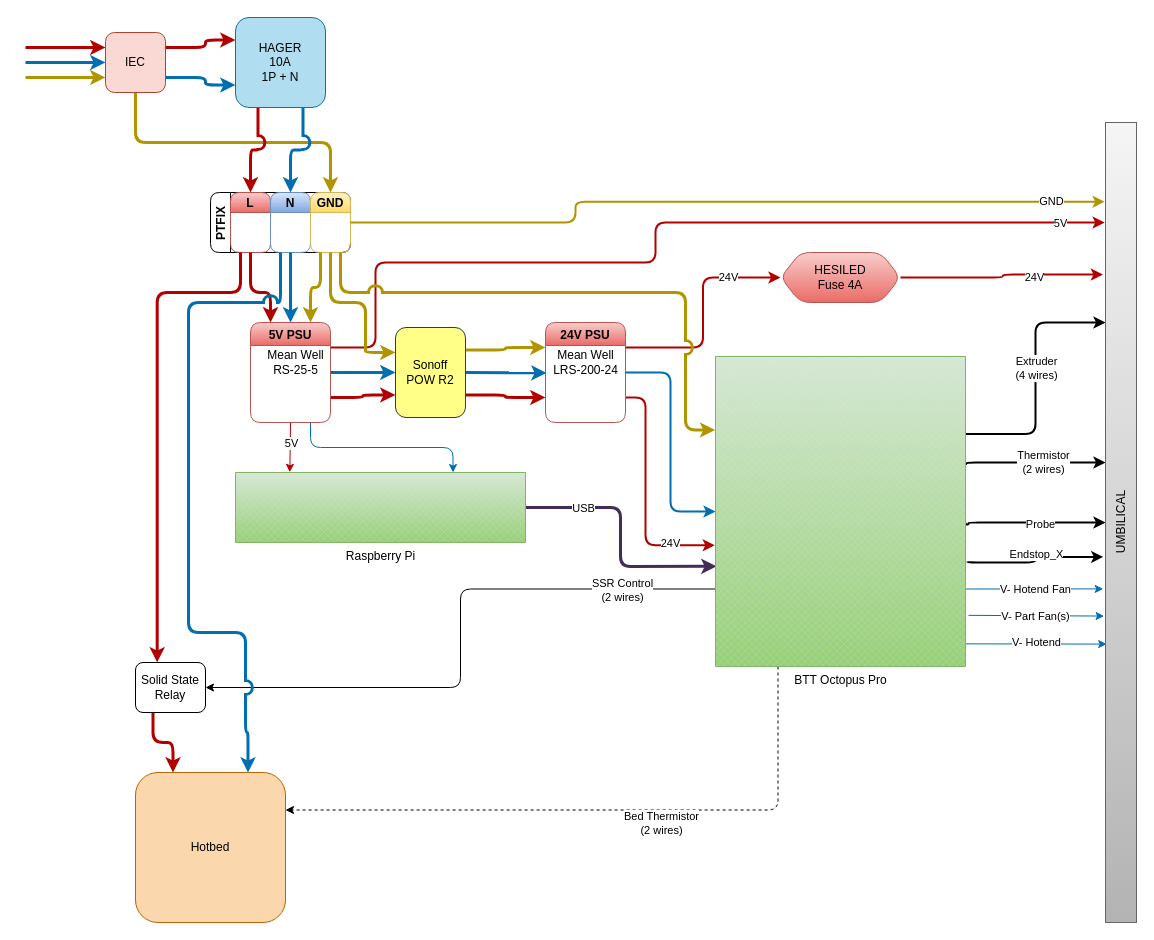
The draw.io diagram wiring/VCore3_wiring.drawio in Contrasens/VCore3-400-OpenFront, before the edit. Source tidied: cells renumbered, new cells numbered last; positions are measured from the earlier drawing's top-left corner, leaving out a move shared by most shapes. Both pictures are drawn from the tidied source at 100%, with x=0, y=0 at pixel (25, 17).
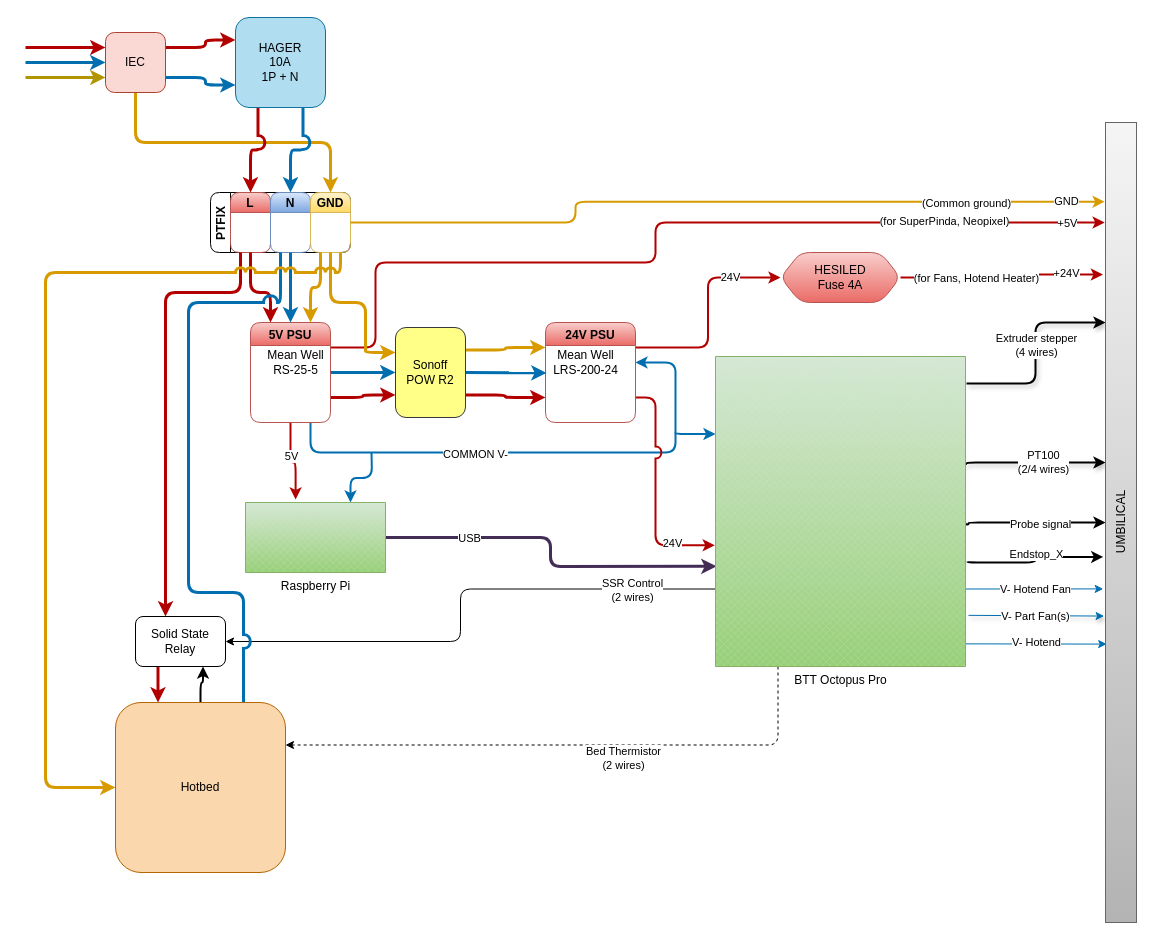
Above is the later version.

The change refers to these unchanged cells:
```xml
<mxCell id="5" value="IEC" style="whiteSpace=wrap;html=1;rounded=1;sketch=0;fillColor=#fad9d5;strokeColor=#ae4132;" parent="1" vertex="1">
  <mxGeometry x="80" y="15" width="60" height="60" as="geometry" />
</mxCell>
<mxCell id="13" value="L" style="swimlane;startSize=20;rounded=1;sketch=0;fillColor=#f8cecc;gradientColor=#ea6b66;strokeColor=#b85450;" parent="12" vertex="1">
  <mxGeometry x="20" width="40" height="60" as="geometry" />
</mxCell>
<mxCell id="14" value="N" style="swimlane;startSize=20;rounded=1;sketch=0;fillColor=#dae8fc;gradientColor=#7ea6e0;strokeColor=#6c8ebf;" parent="12" vertex="1">
  <mxGeometry x="60" width="40" height="60" as="geometry" />
</mxCell>
<mxCell id="15" value="GND" style="swimlane;startSize=20;rounded=1;sketch=0;fillColor=#fff2cc;gradientColor=#ffd966;strokeColor=#d6b656;" parent="12" vertex="1">
  <mxGeometry x="100" width="40" height="60" as="geometry" />
</mxCell>
<mxCell id="21" style="edgeStyle=orthogonalEdgeStyle;curved=0;rounded=1;sketch=0;jumpStyle=arc;jumpSize=10;jettySize=auto;html=1;exitX=1;exitY=0.25;exitDx=0;exitDy=0;strokeWidth=2;fillColor=#e51400;strokeColor=#B20000;entryX=-0.027;entryY=0.125;entryDx=0;entryDy=0;entryPerimeter=0;" parent="1" edge="1" source="23" target="73">
  <mxGeometry relative="1" as="geometry">
    <Array as="points">
      <mxPoint x="350" y="330" />
      <mxPoint x="350" y="245" />
      <mxPoint x="630" y="245" />
      <mxPoint x="630" y="205" />
    </Array>
  </mxGeometry>
</mxCell>
<mxCell id="23" value="5V PSU" style="swimlane;rounded=1;sketch=0;fillColor=#f8cecc;gradientColor=#ea6b66;strokeColor=#b85450;" parent="1" vertex="1">
  <mxGeometry x="225" y="305" width="80" height="100" as="geometry" />
</mxCell>
<mxCell id="43" style="edgeStyle=orthogonalEdgeStyle;curved=0;rounded=1;sketch=0;jumpStyle=arc;jumpSize=10;jettySize=auto;html=1;exitX=0.998;exitY=0.526;exitDx=0;exitDy=0;exitPerimeter=0;entryX=0;entryY=0.5;entryDx=0;entryDy=0;strokeWidth=2;" parent="1" edge="1" source="53" target="73">
  <mxGeometry relative="1" as="geometry">
    <Array as="points">
      <mxPoint x="939" y="507" />
      <mxPoint x="943" y="507" />
      <mxPoint x="943" y="505" />
    </Array>
  </mxGeometry>
</mxCell>
<mxCell id="53" value="BTT Octopus Pro" style="verticalLabelPosition=bottom;verticalAlign=top;html=1;shape=mxgraph.basic.patternFillRect;fillStyle=diagGrid;step=5;fillStrokeWidth=0.2;fillStrokeColor=#dddddd;rounded=1;sketch=0;fillColor=#d5e8d4;gradientColor=#97d077;strokeColor=#82b366;" parent="1" vertex="1">
  <mxGeometry x="690" y="339" width="250" height="310" as="geometry" />
</mxCell>
<mxCell id="61" value="&lt;div&gt;Sonoff&lt;/div&gt;&lt;div&gt;POW R2&lt;br&gt;&lt;/div&gt;" style="rounded=1;whiteSpace=wrap;html=1;sketch=0;fillColor=#ffff88;strokeColor=#36393d;" parent="1" vertex="1">
  <mxGeometry x="370" y="310" width="70" height="90" as="geometry" />
</mxCell>
<mxCell id="68" style="edgeStyle=orthogonalEdgeStyle;curved=0;rounded=1;sketch=0;jumpStyle=arc;jumpSize=10;jettySize=auto;html=1;exitX=1;exitY=0.5;exitDx=0;exitDy=0;strokeWidth=2;fillColor=#e51400;strokeColor=#B20000;entryX=-0.083;entryY=0.19;entryDx=0;entryDy=0;entryPerimeter=0;" parent="1" edge="1" source="70" target="73">
  <mxGeometry relative="1" as="geometry" />
</mxCell>
<mxCell id="73" value="UMBILICAL" style="rounded=0;whiteSpace=wrap;html=1;sketch=0;horizontal=0;fillColor=#f5f5f5;gradientColor=#b3b3b3;strokeColor=#666666;" parent="1" vertex="1">
  <mxGeometry x="1080" y="105" width="31" height="800" as="geometry" />
</mxCell>
```

Diff of the diagram source:
```diff
@@
-    <mxCell id="4" style="edgeStyle=orthogonalEdgeStyle;curved=0;rounded=1;sketch=0;jumpStyle=arc;jumpSize=10;jettySize=auto;html=1;exitX=0.5;exitY=1;exitDx=0;exitDy=0;entryX=0.5;entryY=0;entryDx=0;entryDy=0;strokeWidth=3;fillColor=#e3c800;strokeColor=#B09500;" parent="1" edge="1" source="5" target="15">
+    <mxCell id="4" style="edgeStyle=orthogonalEdgeStyle;curved=0;rounded=1;sketch=0;jumpStyle=arc;jumpSize=10;jettySize=auto;html=1;exitX=0.5;exitY=1;exitDx=0;exitDy=0;entryX=0.5;entryY=0;entryDx=0;entryDy=0;strokeWidth=3;fillColor=#ffe6cc;strokeColor=#d79b00;" parent="1" edge="1" source="5" target="15">
       <mxGeometry relative="1" as="geometry" />
     </mxCell>
@@
-    <mxCell id="18" style="edgeStyle=orthogonalEdgeStyle;curved=0;rounded=1;sketch=0;jumpStyle=arc;jumpSize=10;jettySize=auto;html=1;exitX=0.5;exitY=1;exitDx=0;exitDy=0;entryX=0.187;entryY=-0.003;entryDx=0;entryDy=0;entryPerimeter=0;strokeWidth=1;fillColor=#e51400;strokeColor=#B20000;" parent="1" edge="1" source="23" target="34">
+    <mxCell id="18" style="edgeStyle=orthogonalEdgeStyle;curved=0;rounded=1;sketch=0;jumpStyle=arc;jumpSize=10;jettySize=auto;html=1;exitX=0.5;exitY=1;exitDx=0;exitDy=0;entryX=0.358;entryY=-0.043;entryDx=0;entryDy=0;entryPerimeter=0;strokeWidth=2;fillColor=#e51400;strokeColor=#B20000;" parent="1" edge="1" source="23" target="34">
       <mxGeometry relative="1" as="geometry" />
     </mxCell>
     <mxCell id="19" value="5V" style="edgeLabel;html=1;align=center;verticalAlign=middle;" parent="18" vertex="1">
       <mxGeometry x="0.15" y="-3" relative="1" as="geometry">
-        <mxPoint x="4" y="-8" as="offset" />
+        <mxPoint x="-2" y="-8" as="offset" />
       </mxGeometry>
     </mxCell>
-    <mxCell id="20" style="edgeStyle=orthogonalEdgeStyle;curved=0;rounded=1;sketch=0;jumpStyle=arc;jumpSize=10;jettySize=auto;html=1;exitX=0.75;exitY=1;exitDx=0;exitDy=0;entryX=0.75;entryY=0;entryDx=0;entryDy=0;entryPerimeter=0;strokeWidth=1;fillColor=#1ba1e2;strokeColor=#006EAF;" parent="1" edge="1" source="23" target="34">
-      <mxGeometry relative="1" as="geometry" />
+    <mxCell id="20" style="edgeStyle=orthogonalEdgeStyle;curved=0;rounded=1;sketch=0;jumpStyle=arc;jumpSize=10;jettySize=auto;html=1;entryX=0.75;entryY=0;entryDx=0;entryDy=0;entryPerimeter=0;strokeWidth=2;fillColor=#1ba1e2;strokeColor=#006EAF;" parent="1" edge="1" target="34">
+      <mxGeometry relative="1" as="geometry">
+        <mxPoint x="346" y="435" as="sourcePoint" />
+      </mxGeometry>
     </mxCell>
@@
-    <mxCell id="22" value="5V" style="edgeLabel;html=1;align=center;verticalAlign=middle;" parent="21" vertex="1">
+    <mxCell id="22" value="+5V" style="edgeLabel;html=1;align=center;verticalAlign=middle;" parent="21" vertex="1">
       <mxGeometry x="0.86" y="-1" relative="1" as="geometry">
-        <mxPoint x="18" y="-1" as="offset" />
+        <mxPoint x="25" y="-1" as="offset" />
       </mxGeometry>
     </mxCell>
+    <mxCell id="74" value="(for SuperPinda, Neopixel)" style="edgeLabel;html=1;align=center;verticalAlign=middle;" parent="21" vertex="1">
+      <mxGeometry x="0.76" y="2" relative="1" as="geometry">
+        <mxPoint x="-53" as="offset" />
+      </mxGeometry>
+    </mxCell>
+    <mxCell id="75" style="edgeStyle=orthogonalEdgeStyle;rounded=1;jumpStyle=arc;jettySize=auto;html=1;exitX=0.75;exitY=1;exitDx=0;exitDy=0;shadow=0;strokeWidth=2;fillColor=#1ba1e2;strokeColor=#006EAF;" parent="1" edge="1" source="23">
+      <mxGeometry relative="1" as="geometry">
+        <mxPoint x="610" y="345" as="targetPoint" />
+        <Array as="points">
+          <mxPoint x="285" y="435" />
+          <mxPoint x="650" y="435" />
+          <mxPoint x="650" y="345" />
+        </Array>
+      </mxGeometry>
+    </mxCell>
+    <mxCell id="76" value="COMMON V-" style="edgeLabel;html=1;align=center;verticalAlign=middle;" parent="75" vertex="1">
+      <mxGeometry x="-0.26" y="-1" relative="1" as="geometry" />
+    </mxCell>
@@
-    <mxCell id="24" style="edgeStyle=orthogonalEdgeStyle;curved=0;rounded=1;sketch=0;jumpStyle=arc;jumpSize=10;jettySize=auto;html=1;exitX=1;exitY=0.5;exitDx=0;exitDy=0;entryX=0;entryY=0.5;entryDx=0;entryDy=0;entryPerimeter=0;strokeWidth=2;fillColor=#1ba1e2;strokeColor=#006EAF;" parent="1" edge="1" source="29" target="53">
-      <mxGeometry relative="1" as="geometry" />
+    <mxCell id="24" style="edgeStyle=orthogonalEdgeStyle;curved=0;rounded=1;sketch=0;jumpStyle=arc;jumpSize=10;jettySize=auto;html=1;entryX=0;entryY=0.25;entryDx=0;entryDy=0;entryPerimeter=0;strokeWidth=2;fillColor=#1ba1e2;strokeColor=#006EAF;" parent="1" edge="1" target="53">
+      <mxGeometry relative="1" as="geometry">
+        <mxPoint x="650" y="415" as="sourcePoint" />
+        <Array as="points">
+          <mxPoint x="650" y="417" />
+        </Array>
+      </mxGeometry>
     </mxCell>
     <mxCell id="25" style="edgeStyle=orthogonalEdgeStyle;curved=0;rounded=1;sketch=0;jumpStyle=arc;jumpSize=10;jettySize=auto;html=1;exitX=1;exitY=0.75;exitDx=0;exitDy=0;entryX=-0.003;entryY=0.609;entryDx=0;entryDy=0;entryPerimeter=0;strokeWidth=2;fillColor=#e51400;strokeColor=#B20000;" parent="1" edge="1" source="29" target="53">
       <mxGeometry relative="1" as="geometry">
         <Array as="points">
-          <mxPoint x="620" y="380" />
-          <mxPoint x="620" y="528" />
+          <mxPoint x="630" y="380" />
+          <mxPoint x="630" y="528" />
         </Array>
       </mxGeometry>
     </mxCell>
@@
     <mxCell id="29" value="24V PSU" style="swimlane;rounded=1;sketch=0;fillColor=#f8cecc;gradientColor=#ea6b66;strokeColor=#b85450;" parent="1" vertex="1">
-      <mxGeometry x="520" y="305" width="80" height="100" as="geometry" />
+      <mxGeometry x="520" y="305" width="90" height="100" as="geometry" />
     </mxCell>
@@
     <mxCell id="34" value="Raspberry Pi" style="verticalLabelPosition=bottom;verticalAlign=top;html=1;shape=mxgraph.basic.patternFillRect;fillStyle=diagGrid;step=5;fillStrokeWidth=0.2;fillStrokeColor=#dddddd;rounded=1;sketch=0;fillColor=#d5e8d4;gradientColor=#97d077;strokeColor=#82b366;" parent="1" vertex="1">
-      <mxGeometry x="210" y="455" width="290" height="70" as="geometry" />
+      <mxGeometry x="220" y="485" width="140" height="70" as="geometry" />
     </mxCell>
     <mxCell id="35" style="edgeStyle=orthogonalEdgeStyle;curved=0;rounded=1;sketch=0;jumpStyle=arc;jumpSize=10;jettySize=auto;html=1;exitX=0;exitY=0.75;exitDx=0;exitDy=0;exitPerimeter=0;entryX=1;entryY=0.5;entryDx=0;entryDy=0;strokeWidth=1;" parent="1" edge="1" source="53" target="65">
       <mxGeometry relative="1" as="geometry">
         <Array as="points">
-          <mxPoint x="435" y="571" />
-          <mxPoint x="435" y="670" />
+          <mxPoint x="435" y="572" />
+          <mxPoint x="435" y="624" />
         </Array>
       </mxGeometry>
     </mxCell>
@@
-    <mxCell id="39" style="edgeStyle=orthogonalEdgeStyle;curved=0;rounded=1;sketch=0;jumpStyle=arc;jumpSize=10;jettySize=auto;html=1;exitX=1;exitY=0.25;exitDx=0;exitDy=0;exitPerimeter=0;entryX=0;entryY=0.25;entryDx=0;entryDy=0;strokeWidth=2;" parent="1" edge="1" source="53" target="73">
+    <mxCell id="39" style="edgeStyle=orthogonalEdgeStyle;curved=0;rounded=1;sketch=0;jumpStyle=arc;jumpSize=10;jettySize=auto;html=1;exitX=1.004;exitY=0.087;exitDx=0;exitDy=0;exitPerimeter=0;entryX=0;entryY=0.25;entryDx=0;entryDy=0;strokeWidth=2;shadow=1;" parent="1" edge="1" source="53" target="73">
       <mxGeometry relative="1" as="geometry" />
     </mxCell>
-    <mxCell id="40" value="&lt;div&gt;Extruder&lt;/div&gt;&lt;div&gt;(4 wires)&lt;br&gt;&lt;/div&gt;" style="edgeLabel;html=1;align=center;verticalAlign=middle;" parent="39" vertex="1">
+    <mxCell id="40" value="Extruder stepper&lt;br&gt;(4 wires)" style="edgeLabel;html=1;align=center;verticalAlign=middle;" parent="39" vertex="1">
       <mxGeometry x="0.08" relative="1" as="geometry" />
     </mxCell>
-    <mxCell id="41" style="edgeStyle=orthogonalEdgeStyle;curved=0;rounded=1;sketch=0;jumpStyle=arc;jumpSize=10;jettySize=auto;html=1;exitX=1.001;exitY=0.35;exitDx=0;exitDy=0;exitPerimeter=0;entryX=0;entryY=0.425;entryDx=0;entryDy=0;entryPerimeter=0;strokeWidth=2;" parent="1" edge="1" source="53" target="73">
+    <mxCell id="41" style="edgeStyle=orthogonalEdgeStyle;curved=0;rounded=1;sketch=0;jumpStyle=arc;jumpSize=10;jettySize=auto;html=1;exitX=1.001;exitY=0.35;exitDx=0;exitDy=0;exitPerimeter=0;entryX=0;entryY=0.425;entryDx=0;entryDy=0;entryPerimeter=0;strokeWidth=2;shadow=1;" parent="1" edge="1" source="53" target="73">
       <mxGeometry relative="1" as="geometry">
         <Array as="points">
           <mxPoint x="940" y="445" />
         </Array>
       </mxGeometry>
     </mxCell>
-    <mxCell id="42" value="&lt;div&gt;Thermistor&lt;/div&gt;&lt;div&gt;(2 wires)&lt;br&gt;&lt;/div&gt;" style="edgeLabel;html=1;align=center;verticalAlign=middle;" parent="41" vertex="1">
+    <mxCell id="42" value="&lt;div&gt;PT100&lt;/div&gt;&lt;div&gt;(2/4 wires)&lt;br&gt;&lt;/div&gt;" style="edgeLabel;html=1;align=center;verticalAlign=middle;" parent="41" vertex="1">
       <mxGeometry x="0.12" y="1" relative="1" as="geometry" />
     </mxCell>
@@
-    <mxCell id="44" value="Probe" style="edgeLabel;html=1;align=center;verticalAlign=middle;" parent="43" vertex="1">
+    <mxCell id="44" value="Probe signal" style="edgeLabel;html=1;align=center;verticalAlign=middle;" parent="43" vertex="1">
       <mxGeometry x="0.11" y="-1" relative="1" as="geometry" />
     </mxCell>
@@
-    <mxCell id="49" style="edgeStyle=orthogonalEdgeStyle;curved=0;rounded=1;sketch=0;jumpStyle=arc;jumpSize=10;jettySize=auto;html=1;exitX=1.012;exitY=0.835;exitDx=0;exitDy=0;exitPerimeter=0;entryX=-0.045;entryY=0.617;entryDx=0;entryDy=0;entryPerimeter=0;strokeWidth=1;fillColor=#1ba1e2;strokeColor=#006EAF;" parent="1" edge="1" source="53" target="73">
+    <mxCell id="49" style="edgeStyle=orthogonalEdgeStyle;curved=0;rounded=1;sketch=0;jumpStyle=arc;jumpSize=10;jettySize=auto;html=1;exitX=1.012;exitY=0.835;exitDx=0;exitDy=0;exitPerimeter=0;entryX=-0.045;entryY=0.617;entryDx=0;entryDy=0;entryPerimeter=0;strokeWidth=1;fillColor=#1ba1e2;strokeColor=#006EAF;shadow=1;" parent="1" edge="1" source="53" target="73">
       <mxGeometry relative="1" as="geometry" />
     </mxCell>
@@
-    <mxCell id="55" style="edgeStyle=orthogonalEdgeStyle;curved=0;rounded=1;sketch=0;jumpStyle=arc;jumpSize=10;jettySize=auto;html=1;exitX=0.25;exitY=1;exitDx=0;exitDy=0;entryX=0.75;entryY=0;entryDx=0;entryDy=0;strokeWidth=3;fillColor=#e3c800;strokeColor=#B09500;" parent="1" edge="1" source="15" target="23">
+    <mxCell id="55" style="edgeStyle=orthogonalEdgeStyle;curved=0;rounded=1;sketch=0;jumpStyle=arc;jumpSize=10;jettySize=auto;html=1;exitX=0.25;exitY=1;exitDx=0;exitDy=0;entryX=0.75;entryY=0;entryDx=0;entryDy=0;strokeWidth=3;fillColor=#ffe6cc;strokeColor=#d79b00;" parent="1" edge="1" source="15" target="23">
       <mxGeometry relative="1" as="geometry" />
     </mxCell>
@@
-    <mxCell id="60" style="edgeStyle=orthogonalEdgeStyle;curved=0;rounded=1;sketch=0;jumpStyle=arc;jumpSize=10;jettySize=auto;html=1;exitX=1;exitY=0.25;exitDx=0;exitDy=0;entryX=0;entryY=0.25;entryDx=0;entryDy=0;strokeWidth=3;fillColor=#e3c800;strokeColor=#B09500;" parent="1" edge="1" source="61" target="29">
+    <mxCell id="60" style="edgeStyle=orthogonalEdgeStyle;curved=0;rounded=1;sketch=0;jumpStyle=arc;jumpSize=10;jettySize=auto;html=1;exitX=1;exitY=0.25;exitDx=0;exitDy=0;entryX=0;entryY=0.25;entryDx=0;entryDy=0;strokeWidth=3;fillColor=#ffe6cc;strokeColor=#d79b00;" parent="1" edge="1" source="61" target="29">
       <mxGeometry relative="1" as="geometry" />
     </mxCell>
@@
-    <mxCell id="62" style="edgeStyle=orthogonalEdgeStyle;curved=0;rounded=1;sketch=0;jumpStyle=arc;jumpSize=10;jettySize=auto;html=1;exitX=0.25;exitY=1;exitDx=0;exitDy=0;entryX=0.31;entryY=-0.003;entryDx=0;entryDy=0;strokeWidth=3;fillColor=#e51400;strokeColor=#B20000;entryPerimeter=0;" parent="1" edge="1" source="13" target="65">
+    <mxCell id="62" style="edgeStyle=orthogonalEdgeStyle;curved=0;rounded=1;sketch=0;jumpStyle=arc;jumpSize=10;jettySize=auto;html=1;exitX=0.25;exitY=1;exitDx=0;exitDy=0;strokeWidth=3;fillColor=#e51400;strokeColor=#B20000;" parent="1" edge="1" source="13" target="65">
       <mxGeometry relative="1" as="geometry">
         <Array as="points">
           <mxPoint x="215" y="275" />
-          <mxPoint x="132" y="275" />
+          <mxPoint x="140" y="275" />
         </Array>
       </mxGeometry>
     </mxCell>
-    <mxCell id="63" style="edgeStyle=orthogonalEdgeStyle;curved=0;rounded=1;sketch=0;jumpStyle=arc;jumpSize=10;jettySize=auto;html=1;exitX=0.25;exitY=1;exitDx=0;exitDy=0;entryX=0.75;entryY=0;entryDx=0;entryDy=0;strokeWidth=3;fillColor=#1ba1e2;strokeColor=#006EAF;" parent="1" edge="1" source="14" target="64">
+    <mxCell id="63" style="edgeStyle=orthogonalEdgeStyle;curved=0;rounded=1;sketch=0;jumpStyle=arc;jumpSize=10;jettySize=auto;html=1;exitX=0.25;exitY=1;exitDx=0;exitDy=0;strokeWidth=3;fillColor=#1ba1e2;strokeColor=#006EAF;entryX=0.75;entryY=0;entryDx=0;entryDy=0;" parent="1" edge="1" source="14" target="64">
       <mxGeometry relative="1" as="geometry">
         <Array as="points">
           <mxPoint x="255" y="285" />
           <mxPoint x="163" y="285" />
-          <mxPoint x="163" y="615" />
-          <mxPoint x="220" y="615" />
-          <mxPoint x="220" y="715" />
-          <mxPoint x="223" y="715" />
+          <mxPoint x="163" y="575" />
+          <mxPoint x="218" y="575" />
+          <mxPoint x="218" y="755" />
         </Array>
       </mxGeometry>
     </mxCell>
+    <mxCell id="77" style="edgeStyle=orthogonalEdgeStyle;rounded=1;jumpStyle=arc;jettySize=auto;html=1;shadow=0;strokeWidth=2;entryX=0.75;entryY=1;entryDx=0;entryDy=0;" parent="1" edge="1" source="64" target="65">
+      <mxGeometry relative="1" as="geometry" />
+    </mxCell>
     <mxCell id="64" value="Hotbed" style="whiteSpace=wrap;html=1;rounded=1;sketch=0;fillColor=#fad7ac;strokeColor=#b46504;" parent="1" vertex="1">
-      <mxGeometry x="110" y="755" width="150" height="150" as="geometry" />
+      <mxGeometry x="90" y="685" width="170" height="170" as="geometry" />
     </mxCell>
     <mxCell id="65" value="Solid State Relay" style="rounded=1;whiteSpace=wrap;html=1;sketch=0;" parent="1" vertex="1">
-      <mxGeometry x="110" y="645" width="70" height="50" as="geometry" />
+      <mxGeometry x="110" y="599" width="90" height="50" as="geometry" />
     </mxCell>
-    <mxCell id="66" style="edgeStyle=orthogonalEdgeStyle;curved=0;rounded=1;sketch=0;jumpStyle=arc;jumpSize=10;jettySize=auto;html=1;exitX=0.5;exitY=1;exitDx=0;exitDy=0;strokeWidth=3;fillColor=#e3c800;strokeColor=#B09500;" parent="1" edge="1" source="15" target="61">
+    <mxCell id="66" style="edgeStyle=orthogonalEdgeStyle;curved=0;rounded=1;sketch=0;jumpStyle=arc;jumpSize=10;jettySize=auto;html=1;exitX=0.5;exitY=1;exitDx=0;exitDy=0;strokeWidth=3;fillColor=#ffe6cc;strokeColor=#d79b00;" parent="1" edge="1" source="15" target="61">
       <mxGeometry relative="1" as="geometry">
         <Array as="points">
           <mxPoint x="305" y="285" />
           <mxPoint x="340" y="285" />
           <mxPoint x="340" y="335" />
         </Array>
       </mxGeometry>
     </mxCell>
-    <mxCell id="67" style="edgeStyle=orthogonalEdgeStyle;curved=0;rounded=1;sketch=0;jumpStyle=arc;jumpSize=10;jettySize=auto;html=1;exitX=0.75;exitY=1;exitDx=0;exitDy=0;entryX=-0.001;entryY=0.237;entryDx=0;entryDy=0;entryPerimeter=0;strokeWidth=3;fillColor=#e3c800;strokeColor=#B09500;" parent="1" edge="1" source="15" target="53">
-      <mxGeometry relative="1" as="geometry">
-        <Array as="points">
-          <mxPoint x="315" y="275" />
-          <mxPoint x="660" y="275" />
-          <mxPoint x="660" y="412" />
-        </Array>
-      </mxGeometry>
-    </mxCell>
@@
-    <mxCell id="69" value="24V" style="edgeLabel;html=1;align=center;verticalAlign=middle;" parent="68" vertex="1">
-      <mxGeometry x="0.32" y="-2" relative="1" as="geometry" />
+    <mxCell id="69" value="+24V" style="edgeLabel;html=1;align=center;verticalAlign=middle;" parent="68" vertex="1">
+      <mxGeometry x="0.32" y="-2" relative="1" as="geometry">
+        <mxPoint x="32" y="-4" as="offset" />
+      </mxGeometry>
     </mxCell>
+    <mxCell id="78" value="(for Fans, Hotend Heater)" style="edgeLabel;html=1;align=center;verticalAlign=middle;" parent="68" vertex="1">
+      <mxGeometry x="-0.27" relative="1" as="geometry" />
+    </mxCell>
@@
-    <mxCell id="71" style="edgeStyle=orthogonalEdgeStyle;curved=0;rounded=1;sketch=0;jumpStyle=arc;jumpSize=10;jettySize=auto;html=1;exitX=1;exitY=0.5;exitDx=0;exitDy=0;strokeWidth=2;fillColor=#e3c800;strokeColor=#B09500;entryX=-0.027;entryY=0.099;entryDx=0;entryDy=0;entryPerimeter=0;" parent="1" edge="1" source="15" target="73">
+    <mxCell id="71" style="edgeStyle=orthogonalEdgeStyle;curved=0;rounded=1;sketch=0;jumpStyle=arc;jumpSize=10;jettySize=auto;html=1;exitX=1;exitY=0.5;exitDx=0;exitDy=0;strokeWidth=2;fillColor=#ffe6cc;strokeColor=#d79b00;entryX=-0.027;entryY=0.099;entryDx=0;entryDy=0;entryPerimeter=0;" parent="1" edge="1" source="15" target="73">
       <mxGeometry relative="1" as="geometry">
         <Array as="points">
           <mxPoint x="550" y="205" />
           <mxPoint x="550" y="184" />
         </Array>
       </mxGeometry>
     </mxCell>
     <mxCell id="72" value="GND" style="edgeLabel;html=1;align=center;verticalAlign=middle;" parent="71" vertex="1">
-      <mxGeometry x="0.86" y="1" relative="1" as="geometry" />
+      <mxGeometry x="0.86" y="1" relative="1" as="geometry">
+        <mxPoint x="15" as="offset" />
+      </mxGeometry>
     </mxCell>
+    <mxCell id="79" value="(Common ground)" style="edgeLabel;html=1;align=center;verticalAlign=middle;" parent="71" vertex="1">
+      <mxGeometry x="0.48" y="-2" relative="1" as="geometry">
+        <mxPoint x="63" y="-1" as="offset" />
+      </mxGeometry>
+    </mxCell>
@@
+    <mxCell id="80" style="edgeStyle=orthogonalEdgeStyle;rounded=1;jettySize=auto;html=1;exitX=0.75;exitY=1;exitDx=0;exitDy=0;entryX=0;entryY=0.5;entryDx=0;entryDy=0;shadow=0;strokeWidth=3;fillColor=#ffe6cc;strokeColor=#d79b00;jumpStyle=arc;" parent="1" edge="1" source="15" target="64">
+      <mxGeometry relative="1" as="geometry">
+        <Array as="points">
+          <mxPoint x="315" y="255" />
+          <mxPoint x="20" y="255" />
+          <mxPoint x="20" y="770" />
+        </Array>
+      </mxGeometry>
+    </mxCell>
```
